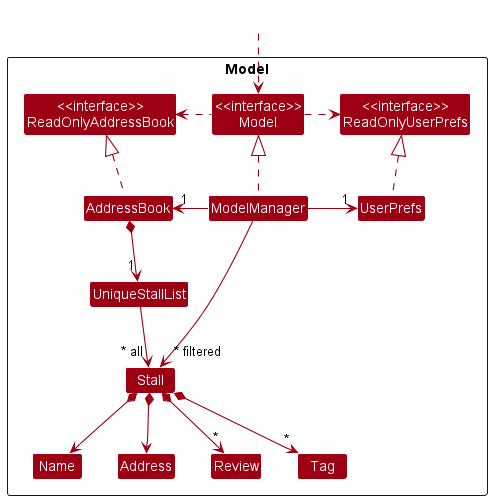
The PlantUML diagram docs/images/ModelClassDiagram.png in nus-cs2103-AY2223S1/tp, before a commit.
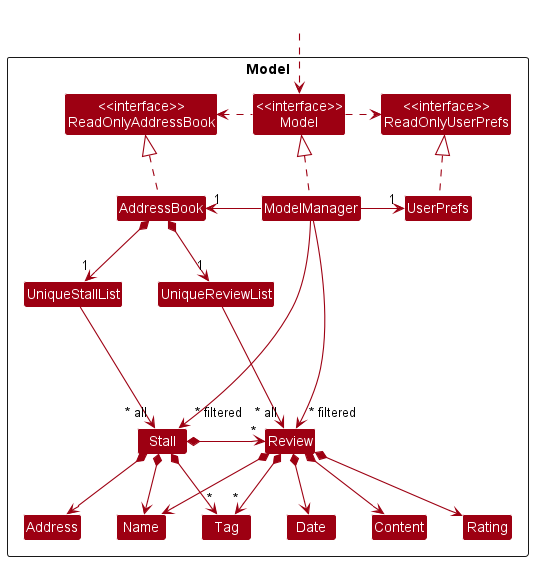
After the commit.

Commit message:
Export ModelClassDiagram.puml to folder 'images'

Diff of the diagram source:
```diff
@@ -13,11 +13,15 @@
 Class UserPrefs
 
 Class UniqueStallList
+Class UniqueReviewList
+Class Stall
 Class Name
-Class Stall
 Class Address
-class Review
+Class Review
 Class Tag
+Class Date
+Class Content
+Class Rating
 
 }
 
@@ -34,11 +38,19 @@
 UserPrefs .up.|> ReadOnlyUserPrefs
 
 AddressBook *--> "1" UniqueStallList
-UniqueStallList --> "~* all" Stall
+AddressBook *--> "1" UniqueReviewList
+UniqueStallList ---> "~* all" Stall
+UniqueReviewList ---> "~* all" Review
+Stall *--> Address
+Stall *-> "*" Review
 Stall *--> Name
-Stall *--> Address
-Stall *--> "*" Review
 Stall *--> "*" Tag
+Review *--> Date
+Review *--> Content
+Review *--> Rating
+Review *--> Name
+Review *--> "*" Tag
 
 ModelManager -->"~* filtered" Stall
+ModelManager -->"~* filtered" Review
 @enduml
```
